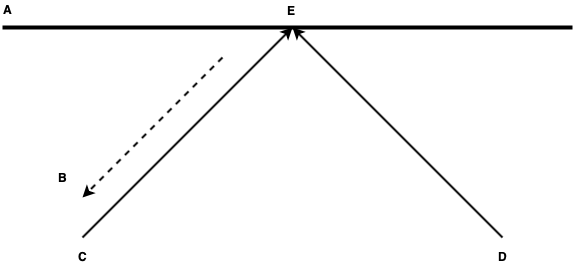
This is graphics/mirror.png from PhilGeek/timaeus, a draw.io export, as it was before one commit. Source tidied: cells renumbered, new cells last; positions are measured from the earlier drawing's top-left corner, leaving out a move shared by most shapes.
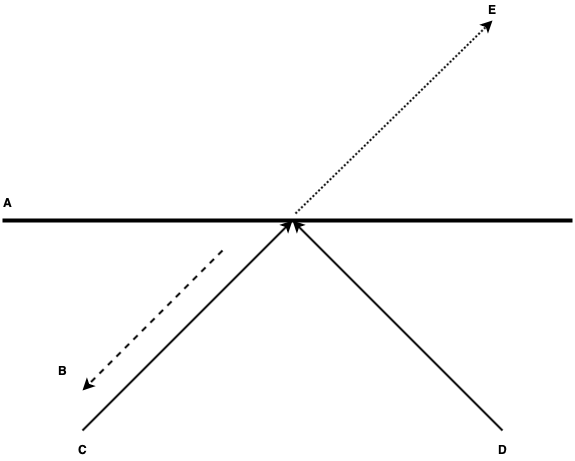
The same file after the commit.

Diff of the diagram source:
```diff
@@ -39,7 +39,13 @@
       <mxGeometry x="495" y="247" width="20" height="20" as="geometry" />
     </mxCell>
     <mxCell id="10" value="&lt;b&gt;E&lt;/b&gt;" style="text;html=1;align=left;verticalAlign=top;spacingTop=-4;" parent="1" vertex="1">
-      <mxGeometry x="284" y="1" width="20" height="20" as="geometry" />
+      <mxGeometry x="485" y="-193" width="20" height="20" as="geometry" />
     </mxCell>
+    <mxCell id="11" style="endArrow=classic;html=1;strokeWidth=2;dashed=1;dashPattern=1 1;" parent="1" edge="1">
+      <mxGeometry relative="1" as="geometry">
+        <mxPoint x="294" y="20" as="sourcePoint" />
+        <mxPoint x="491" y="-173" as="targetPoint" />
+      </mxGeometry>
+    </mxCell>
   </root>
 </mxGraphModel>
```
